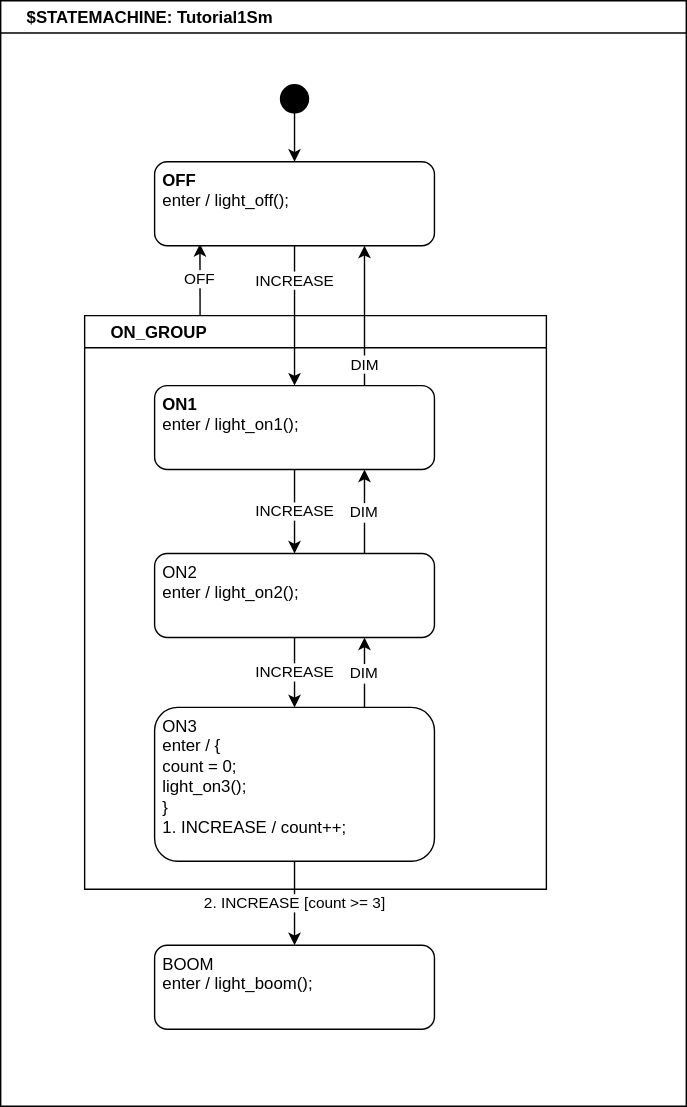
Earlier version of the draw.io export examples/Tutorial1-complete/src/Tutorial1Sm.drawio.svg (StateSmith/StateSmith). Source tidied: cells renumbered, new cells last; positions are measured from the earlier drawing's top-left corner, leaving out a move shared by most shapes.
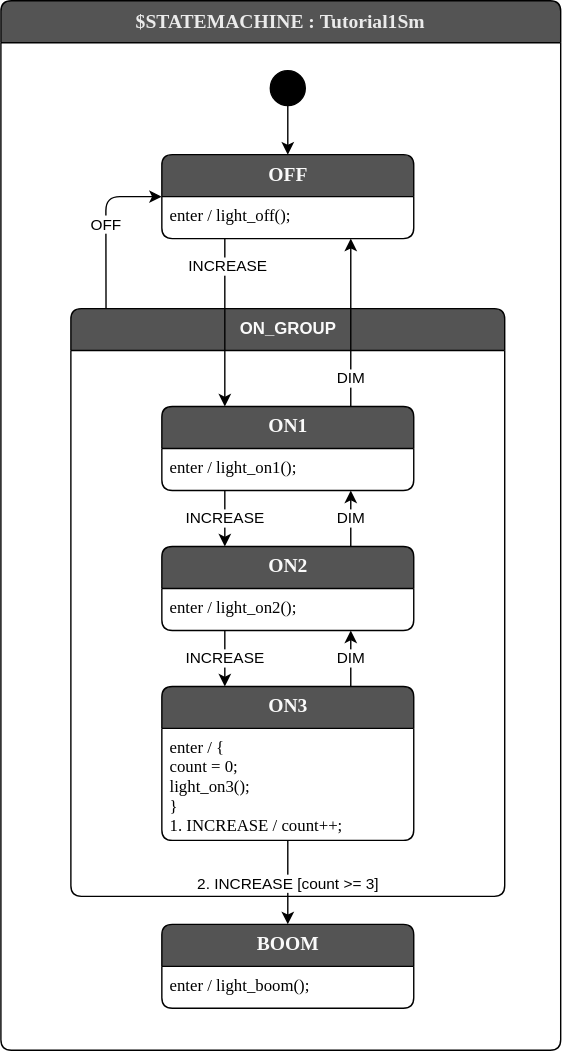
After the change.

Commit message:
drawio - add support for draw.io plugin and new drawing style where a state can have its text event handlers as a child text node instead of its label #77

What changed in the source:
```diff
@@ -2,56 +2,86 @@
   <root>
     <mxCell id="0" />
     <mxCell id="1" parent="0" />
-    <mxCell id="2" value="$STATEMACHINE: Tutorial1Sm" style="swimlane;fontStyle=1;align=left;spacingLeft=17;" parent="1" vertex="1">
-      <mxGeometry width="490" height="790" as="geometry" />
-    </mxCell>
-    <mxCell id="3" value="OFF" style="edgeStyle=none;html=1;exitX=0.25;exitY=0;exitDx=0;exitDy=0;entryX=0.162;entryY=0.98;entryDx=0;entryDy=0;entryPerimeter=0;" parent="2" edge="1" source="4" target="13">
-      <mxGeometry relative="1" as="geometry" />
-    </mxCell>
+    <mxCell id="19" value="$STATEMACHINE : Tutorial1Sm" style="shape=swimlane;align=center;verticalAlign=top;fontFamily=Lucida Console;startSize=30;fontSize=14;fontStyle=1;swimlaneFillColor=default;rounded=1;arcSize=15;absoluteArcSize=1;fillColor=#545454;fontColor=#EBEBEB;" parent="1" vertex="1">
+      <mxGeometry x="10" y="30" width="400" height="750" as="geometry" />
+    </mxCell>
+    <mxCell id="20" value=" " style="fontFamily=Lucida Console;align=left;verticalAlign=top;fillColor=none;gradientColor=none;strokeColor=none;rounded=0;spacingLeft=4;" parent="19" vertex="1">
+      <mxGeometry y="30" width="30" height="20" as="geometry" />
+    </mxCell>
+    <mxCell id="21" style="edgeStyle=none;html=1;" parent="19" edge="1" source="15" target="22">
+      <mxGeometry relative="1" as="geometry" />
+    </mxCell>
+    <mxCell id="15" value="$initial_state" style="shape=ellipse;fillColor=#000000;noLabel=1;" parent="19" vertex="1">
+      <mxGeometry x="192.5" y="50" width="25" height="25" as="geometry" />
+    </mxCell>
+    <mxCell id="22" value="OFF" style="shape=swimlane;align=center;verticalAlign=top;fontFamily=Lucida Console;startSize=30;fontSize=14;fontStyle=1;swimlaneFillColor=default;html=1;rounded=1;arcSize=15;absoluteArcSize=1;fillColor=#545454;fontColor=#FAFAFA;" parent="19" vertex="1">
+      <mxGeometry x="115" y="110" width="180" height="60" as="geometry" />
+    </mxCell>
+    <mxCell id="23" value="enter / light_off();" style="fontFamily=Lucida Console;align=left;verticalAlign=top;fillColor=none;gradientColor=none;strokeColor=none;rounded=0;spacingLeft=4;" parent="22" vertex="1">
+      <mxGeometry y="30" width="160" height="20" as="geometry" />
+    </mxCell>
+    <mxCell id="24" value="OFF" style="edgeStyle=none;html=1;exitX=0.081;exitY=0;exitDx=0;exitDy=0;entryX=0;entryY=0.5;entryDx=0;entryDy=0;exitPerimeter=0;" parent="19" edge="1" source="4" target="22">
+      <mxGeometry relative="1" as="geometry">
+        <Array as="points">
+          <mxPoint x="75" y="140" />
+        </Array>
+      </mxGeometry>
+    </mxCell>
-    <mxCell id="4" value="ON_GROUP" style="swimlane;fontStyle=1;align=left;spacingLeft=17;" parent="2" vertex="1">
-      <mxGeometry x="60" y="225" width="330" height="410" as="geometry" />
+    <mxCell id="4" value="&lt;span style=&quot;font-family: &amp;quot;helvetica&amp;quot; ; font-size: 12px ; text-align: left&quot;&gt;ON_GROUP&lt;/span&gt;" style="shape=swimlane;align=center;verticalAlign=top;fontFamily=Lucida Console;startSize=30;fontSize=14;fontStyle=1;swimlaneFillColor=default;html=1;rounded=1;arcSize=15;absoluteArcSize=1;fillColor=#545454;fontColor=#FAFAFA;" parent="19" vertex="1">
+      <mxGeometry x="50" y="220" width="310" height="420" as="geometry" />
     </mxCell>
-    <mxCell id="5" value="INCREASE" style="rounded=0;jettySize=auto;html=1;exitX=0.5;exitY=1;exitDx=0;exitDy=0;entryX=0.5;entryY=0;entryDx=0;entryDy=0;fontColor=default;" parent="4" edge="1" source="6" target="9">
-      <mxGeometry relative="1" as="geometry" />
-    </mxCell>
-    <mxCell id="6" value="&lt;div&gt;&lt;b&gt;ON1&lt;/b&gt;&lt;/div&gt;&lt;div&gt;enter / light_on1();&lt;/div&gt;" style="rounded=1;whiteSpace=wrap;html=1;verticalAlign=top;align=left;spacingLeft=4;" parent="4" vertex="1">
-      <mxGeometry x="50" y="50" width="200" height="60" as="geometry" />
-    </mxCell>
-    <mxCell id="7" value="INCREASE" style="edgeStyle=orthogonalEdgeStyle;curved=1;rounded=0;jettySize=auto;html=1;entryX=0.5;entryY=0;entryDx=0;entryDy=0;fontColor=default;" parent="4" edge="1" source="9" target="11">
-      <mxGeometry relative="1" as="geometry" />
-    </mxCell>
-    <mxCell id="8" value="DIM" style="edgeStyle=orthogonalEdgeStyle;curved=1;rounded=0;jettySize=auto;exitX=0.75;exitY=0;exitDx=0;exitDy=0;entryX=0.75;entryY=1;entryDx=0;entryDy=0;fontColor=default;" parent="4" edge="1" source="9" target="6">
-      <mxGeometry relative="1" as="geometry" />
-    </mxCell>
-    <mxCell id="9" value="&lt;div&gt;&lt;span&gt;ON2&lt;/span&gt;&lt;/div&gt;&lt;div&gt;&lt;span&gt;enter / light_on2();&lt;/span&gt;&lt;/div&gt;" style="rounded=1;whiteSpace=wrap;html=1;verticalAlign=top;align=left;spacingLeft=4;fontStyle=0;" parent="4" vertex="1">
-      <mxGeometry x="50" y="170" width="200" height="60" as="geometry" />
-    </mxCell>
-    <mxCell id="10" value="DIM" style="edgeStyle=orthogonalEdgeStyle;curved=1;rounded=0;jettySize=auto;exitX=0.75;exitY=0;exitDx=0;exitDy=0;entryX=0.75;entryY=1;entryDx=0;entryDy=0;fontColor=default;comic=0;" parent="4" edge="1" source="11" target="9">
-      <mxGeometry relative="1" as="geometry" />
-    </mxCell>
-    <mxCell id="11" value="&lt;div&gt;ON3&lt;/div&gt;&lt;div&gt;enter / {&lt;/div&gt;&lt;div&gt;&amp;nbsp; count = 0;&lt;/div&gt;&lt;div&gt;&amp;nbsp; light_on3();&lt;/div&gt;&lt;div&gt;}&lt;/div&gt;&lt;div&gt;1. INCREASE / count++;&lt;/div&gt;" style="rounded=1;whiteSpace=wrap;html=1;verticalAlign=top;align=left;spacingLeft=4;fontStyle=0;" parent="4" vertex="1">
-      <mxGeometry x="50" y="280" width="200" height="110" as="geometry" />
-    </mxCell>
-    <mxCell id="12" value="INCREASE" style="edgeStyle=orthogonalEdgeStyle;curved=1;rounded=0;jettySize=auto;html=1;entryX=0.5;entryY=0;entryDx=0;entryDy=0;fontColor=default;" parent="2" edge="1" source="13" target="6">
-      <mxGeometry x="-0.5" relative="1" as="geometry" />
-    </mxCell>
-    <mxCell id="13" value="&lt;div&gt;&lt;b&gt;OFF&lt;/b&gt;&lt;/div&gt;&lt;div&gt;enter / light_off();&lt;/div&gt;" style="rounded=1;whiteSpace=wrap;html=1;verticalAlign=top;align=left;spacingLeft=4;" parent="2" vertex="1">
-      <mxGeometry x="110" y="115" width="200" height="60" as="geometry" />
-    </mxCell>
-    <mxCell id="14" style="edgeStyle=orthogonalEdgeStyle;curved=1;rounded=0;comic=0;jettySize=auto;html=0;fontColor=default;" parent="2" edge="1" source="15" target="13">
-      <mxGeometry relative="1" as="geometry" />
-    </mxCell>
-    <mxCell id="15" value="$initial_state" style="ellipse;whiteSpace=wrap;html=1;fillColor=#000000;fontColor=none;noLabel=1;" parent="2" vertex="1">
-      <mxGeometry x="200" y="60" width="20" height="20" as="geometry" />
-    </mxCell>
-    <mxCell id="16" value="DIM" style="edgeStyle=orthogonalEdgeStyle;curved=1;rounded=0;jettySize=auto;html=1;exitX=0.75;exitY=0;exitDx=0;exitDy=0;entryX=0.75;entryY=1;entryDx=0;entryDy=0;fontColor=default;" parent="2" edge="1" source="6" target="13">
-      <mxGeometry x="-0.7" relative="1" as="geometry" />
-    </mxCell>
+    <mxCell id="25" value=" " style="fontFamily=Lucida Console;align=left;verticalAlign=top;fillColor=none;gradientColor=none;strokeColor=none;rounded=0;spacingLeft=4;" parent="4" vertex="1">
+      <mxGeometry y="30" width="30" height="20" as="geometry" />
+    </mxCell>
+    <mxCell id="26" value="INCREASE" style="edgeStyle=none;html=1;exitX=0.25;exitY=1;exitDx=0;exitDy=0;entryX=0.25;entryY=0;entryDx=0;entryDy=0;" parent="4" edge="1" source="27" target="31">
+      <mxGeometry relative="1" as="geometry" />
+    </mxCell>
+    <mxCell id="27" value="ON1" style="shape=swimlane;align=center;verticalAlign=top;fontFamily=Lucida Console;startSize=30;fontSize=14;fontStyle=1;swimlaneFillColor=default;html=1;rounded=1;arcSize=15;absoluteArcSize=1;fillColor=#545454;fontColor=#FAFAFA;" parent="4" vertex="1">
+      <mxGeometry x="65" y="70" width="180" height="60" as="geometry" />
+    </mxCell>
+    <mxCell id="28" value="enter / light_on1();" style="fontFamily=Lucida Console;align=left;verticalAlign=top;fillColor=none;gradientColor=none;strokeColor=none;rounded=0;spacingLeft=4;" parent="27" vertex="1">
+      <mxGeometry y="30" width="160" height="20" as="geometry" />
+    </mxCell>
+    <mxCell id="29" value="INCREASE" style="edgeStyle=none;html=1;exitX=0.25;exitY=1;exitDx=0;exitDy=0;entryX=0.25;entryY=0;entryDx=0;entryDy=0;" parent="4" edge="1" source="31" target="34">
+      <mxGeometry relative="1" as="geometry" />
+    </mxCell>
+    <mxCell id="30" value="DIM" style="edgeStyle=none;html=1;exitX=0.75;exitY=0;exitDx=0;exitDy=0;entryX=0.75;entryY=1;entryDx=0;entryDy=0;" parent="4" edge="1" source="31" target="27">
+      <mxGeometry relative="1" as="geometry" />
+    </mxCell>
+    <mxCell id="31" value="ON2" style="shape=swimlane;align=center;verticalAlign=top;fontFamily=Lucida Console;startSize=30;fontSize=14;fontStyle=1;swimlaneFillColor=default;html=1;rounded=1;arcSize=15;absoluteArcSize=1;fillColor=#545454;fontColor=#FAFAFA;fillStyle=auto;" parent="4" vertex="1">
+      <mxGeometry x="65" y="170" width="180" height="60" as="geometry" />
+    </mxCell>
+    <mxCell id="32" value="enter / light_on2();" style="fontFamily=Lucida Console;align=left;verticalAlign=top;fillColor=none;gradientColor=none;strokeColor=none;rounded=0;spacingLeft=4;" parent="31" vertex="1">
+      <mxGeometry y="30" width="160" height="20" as="geometry" />
+    </mxCell>
+    <mxCell id="33" value="DIM" style="edgeStyle=none;html=1;exitX=0.75;exitY=0;exitDx=0;exitDy=0;entryX=0.75;entryY=1;entryDx=0;entryDy=0;" parent="4" edge="1" source="34" target="31">
+      <mxGeometry relative="1" as="geometry" />
+    </mxCell>
+    <mxCell id="34" value="ON3" style="shape=swimlane;align=center;verticalAlign=top;fontFamily=Lucida Console;startSize=30;fontSize=14;fontStyle=1;swimlaneFillColor=default;html=1;rounded=1;arcSize=15;absoluteArcSize=1;fillColor=#545454;fontColor=#FAFAFA;" parent="4" vertex="1">
+      <mxGeometry x="65" y="270" width="180" height="110" as="geometry" />
+    </mxCell>
+    <mxCell id="35" value="enter / {&#10;  count = 0;&#10;  light_on3();&#10;}&#10;1. INCREASE / count++;" style="fontFamily=Lucida Console;align=left;verticalAlign=top;fillColor=none;gradientColor=none;strokeColor=none;rounded=0;spacingLeft=4;" parent="34" vertex="1">
+      <mxGeometry y="30" width="180" height="80" as="geometry" />
+    </mxCell>
+    <mxCell id="36" value="DIM" style="edgeStyle=none;html=1;exitX=0.75;exitY=0;exitDx=0;exitDy=0;entryX=0.75;entryY=1;entryDx=0;entryDy=0;" parent="19" edge="1" source="27" target="22">
+      <mxGeometry x="-0.67" relative="1" as="geometry" />
+    </mxCell>
+    <mxCell id="37" value="BOOM" style="shape=swimlane;align=center;verticalAlign=top;fontFamily=Lucida Console;startSize=30;fontSize=14;fontStyle=1;swimlaneFillColor=default;html=1;rounded=1;arcSize=15;absoluteArcSize=1;fillColor=#545454;fontColor=#FAFAFA;" parent="19" vertex="1">
+      <mxGeometry x="115" y="660" width="180" height="60" as="geometry" />
+    </mxCell>
+    <mxCell id="38" value="enter / light_boom();" style="fontFamily=Lucida Console;align=left;verticalAlign=top;fillColor=none;gradientColor=none;strokeColor=none;rounded=0;spacingLeft=4;" parent="37" vertex="1">
+      <mxGeometry y="30" width="170" height="20" as="geometry" />
+    </mxCell>
-    <mxCell id="17" value="2. INCREASE [count &amp;gt;= 3]" style="edgeStyle=orthogonalEdgeStyle;curved=1;rounded=0;jettySize=auto;html=1;fontColor=default;" parent="2" edge="1" source="11" target="18">
+    <mxCell id="17" value="2. INCREASE [count &amp;gt;= 3]" style="edgeStyle=orthogonalEdgeStyle;rounded=0;jettySize=auto;html=1;exitX=0.5;exitY=1;exitDx=0;exitDy=0;" parent="19" edge="1" source="34" target="37">
       <mxGeometry relative="1" as="geometry" />
     </mxCell>
-    <mxCell id="18" value="&lt;div&gt;BOOM&lt;/div&gt;&lt;div&gt;enter / light_boom();&lt;/div&gt;" style="rounded=1;whiteSpace=wrap;html=1;verticalAlign=top;align=left;spacingLeft=4;fontStyle=0;" parent="2" vertex="1">
-      <mxGeometry x="110" y="675" width="200" height="60" as="geometry" />
-    </mxCell>
+    <mxCell id="39" style="edgeStyle=none;html=1;exitX=0.25;exitY=1;exitDx=0;exitDy=0;entryX=0.25;entryY=0;entryDx=0;entryDy=0;" parent="19" edge="1" source="22" target="27">
+      <mxGeometry relative="1" as="geometry" />
+    </mxCell>
+    <mxCell id="40" value="INCREASE" style="edgeLabel;html=1;align=center;verticalAlign=middle;" parent="39" vertex="1">
+      <mxGeometry x="-0.39" y="1" relative="1" as="geometry">
+        <mxPoint y="-17" as="offset" />
+      </mxGeometry>
+    </mxCell>
   </root>
 </mxGraphModel>
```
